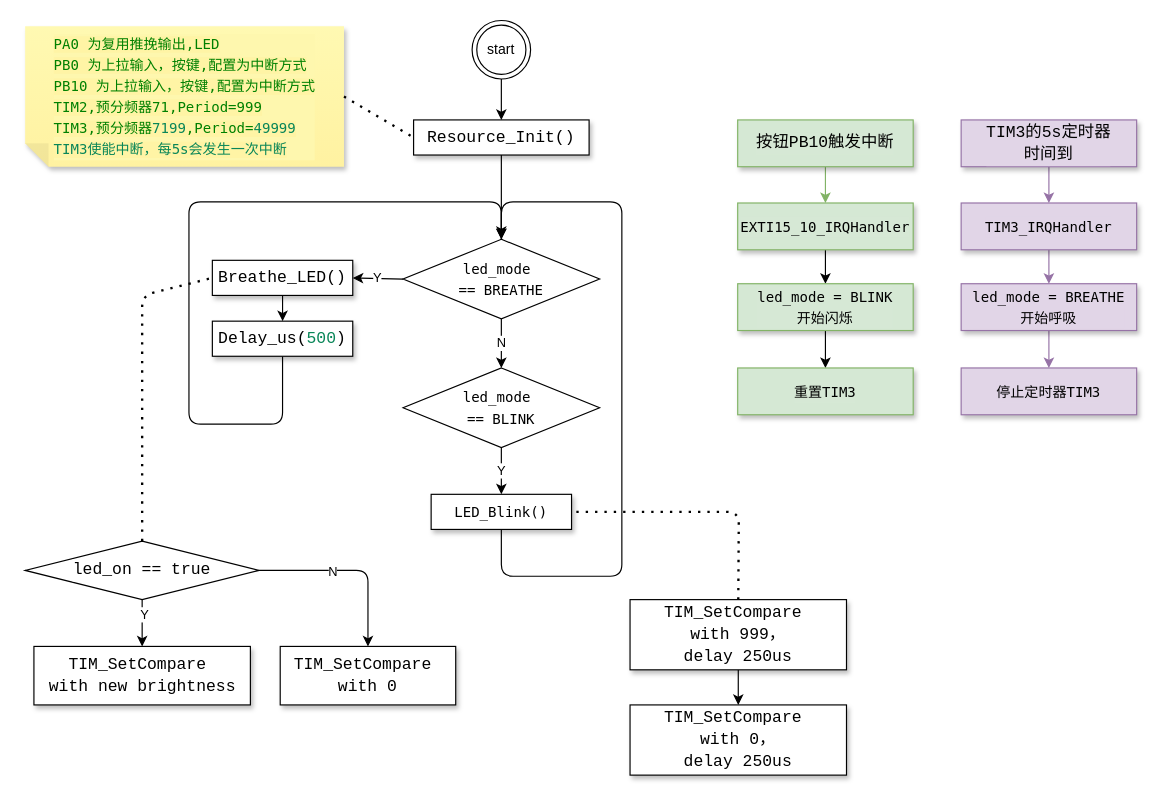
Before: 2nd/4-breathing-Blink-auto-switch/flow.drawio in Lzih7/C-language-learning, a draw.io diagram. Source tidied: cells renumbered, new cells numbered last; positions are measured from the earlier drawing's top-left corner, leaving out a move shared by most shapes. Both pictures are drawn from the tidied source at 117%, with x=0, y=0 at pixel (25, 20).
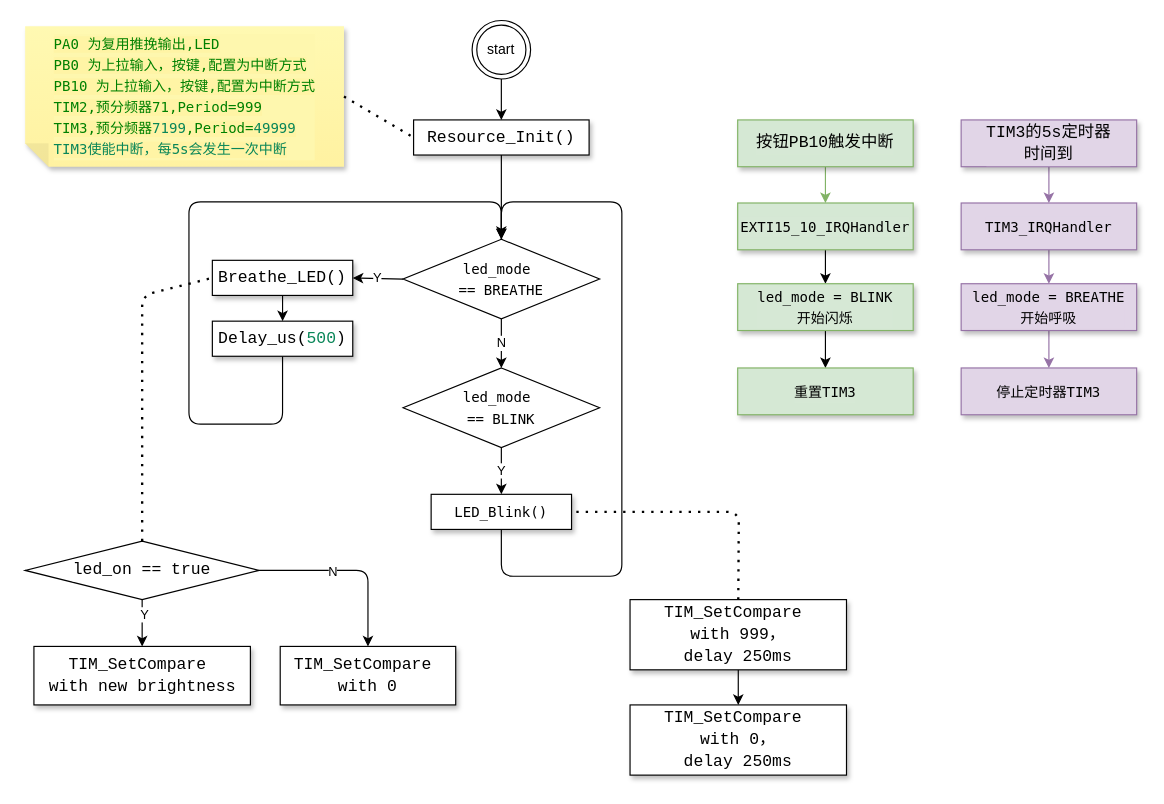
Above is the later version.

Diff of the diagram source:
```diff
@@
-    <mxCell id="25" value="&lt;div style=&quot;background-color: rgb(255, 255, 255); font-family: Consolas, &amp;quot;Courier New&amp;quot;, monospace; font-size: 14px; line-height: 19px;&quot;&gt;&lt;div style=&quot;line-height: 19px;&quot;&gt;&lt;div style=&quot;line-height: 19px;&quot;&gt;&lt;div style=&quot;line-height: 19px;&quot;&gt;TIM_SetCompare&amp;nbsp;&lt;/div&gt;&lt;div style=&quot;line-height: 19px;&quot;&gt;with 999，&lt;/div&gt;&lt;div style=&quot;line-height: 19px;&quot;&gt;delay 250us&lt;/div&gt;&lt;/div&gt;&lt;/div&gt;&lt;/div&gt;" style="whiteSpace=wrap;html=1;shadow=1;" parent="1" vertex="1">
+    <mxCell id="25" value="&lt;div style=&quot;background-color: rgb(255, 255, 255); font-family: Consolas, &amp;quot;Courier New&amp;quot;, monospace; font-size: 14px; line-height: 19px;&quot;&gt;&lt;div style=&quot;line-height: 19px;&quot;&gt;&lt;div style=&quot;line-height: 19px;&quot;&gt;&lt;div style=&quot;line-height: 19px;&quot;&gt;TIM_SetCompare&amp;nbsp;&lt;/div&gt;&lt;div style=&quot;line-height: 19px;&quot;&gt;with 999，&lt;/div&gt;&lt;div style=&quot;line-height: 19px;&quot;&gt;delay 250ms&lt;/div&gt;&lt;/div&gt;&lt;/div&gt;&lt;/div&gt;" style="whiteSpace=wrap;html=1;shadow=1;" parent="1" vertex="1">
       <mxGeometry x="517" y="495" width="185" height="60" as="geometry" />
     </mxCell>
-    <mxCell id="26" value="&lt;div style=&quot;background-color: rgb(255, 255, 255); font-family: Consolas, &amp;quot;Courier New&amp;quot;, monospace; font-size: 14px; line-height: 19px;&quot;&gt;&lt;div style=&quot;line-height: 19px;&quot;&gt;&lt;div style=&quot;line-height: 19px;&quot;&gt;&lt;div style=&quot;line-height: 19px;&quot;&gt;TIM_SetCompare&amp;nbsp;&lt;/div&gt;&lt;div style=&quot;line-height: 19px;&quot;&gt;with 0，&lt;/div&gt;&lt;div style=&quot;line-height: 19px;&quot;&gt;delay 250us&lt;/div&gt;&lt;/div&gt;&lt;/div&gt;&lt;/div&gt;" style="whiteSpace=wrap;html=1;shadow=1;" parent="1" vertex="1">
+    <mxCell id="26" value="&lt;div style=&quot;background-color: rgb(255, 255, 255); font-family: Consolas, &amp;quot;Courier New&amp;quot;, monospace; font-size: 14px; line-height: 19px;&quot;&gt;&lt;div style=&quot;line-height: 19px;&quot;&gt;&lt;div style=&quot;line-height: 19px;&quot;&gt;&lt;div style=&quot;line-height: 19px;&quot;&gt;TIM_SetCompare&amp;nbsp;&lt;/div&gt;&lt;div style=&quot;line-height: 19px;&quot;&gt;with 0，&lt;/div&gt;&lt;div style=&quot;line-height: 19px;&quot;&gt;delay 250ms&lt;/div&gt;&lt;/div&gt;&lt;/div&gt;&lt;/div&gt;" style="whiteSpace=wrap;html=1;shadow=1;" parent="1" vertex="1">
       <mxGeometry x="517" y="585" width="185" height="60" as="geometry" />
     </mxCell>
```
